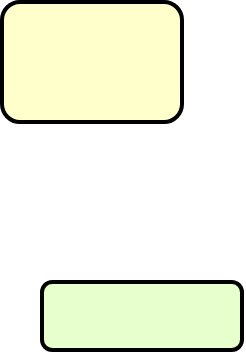
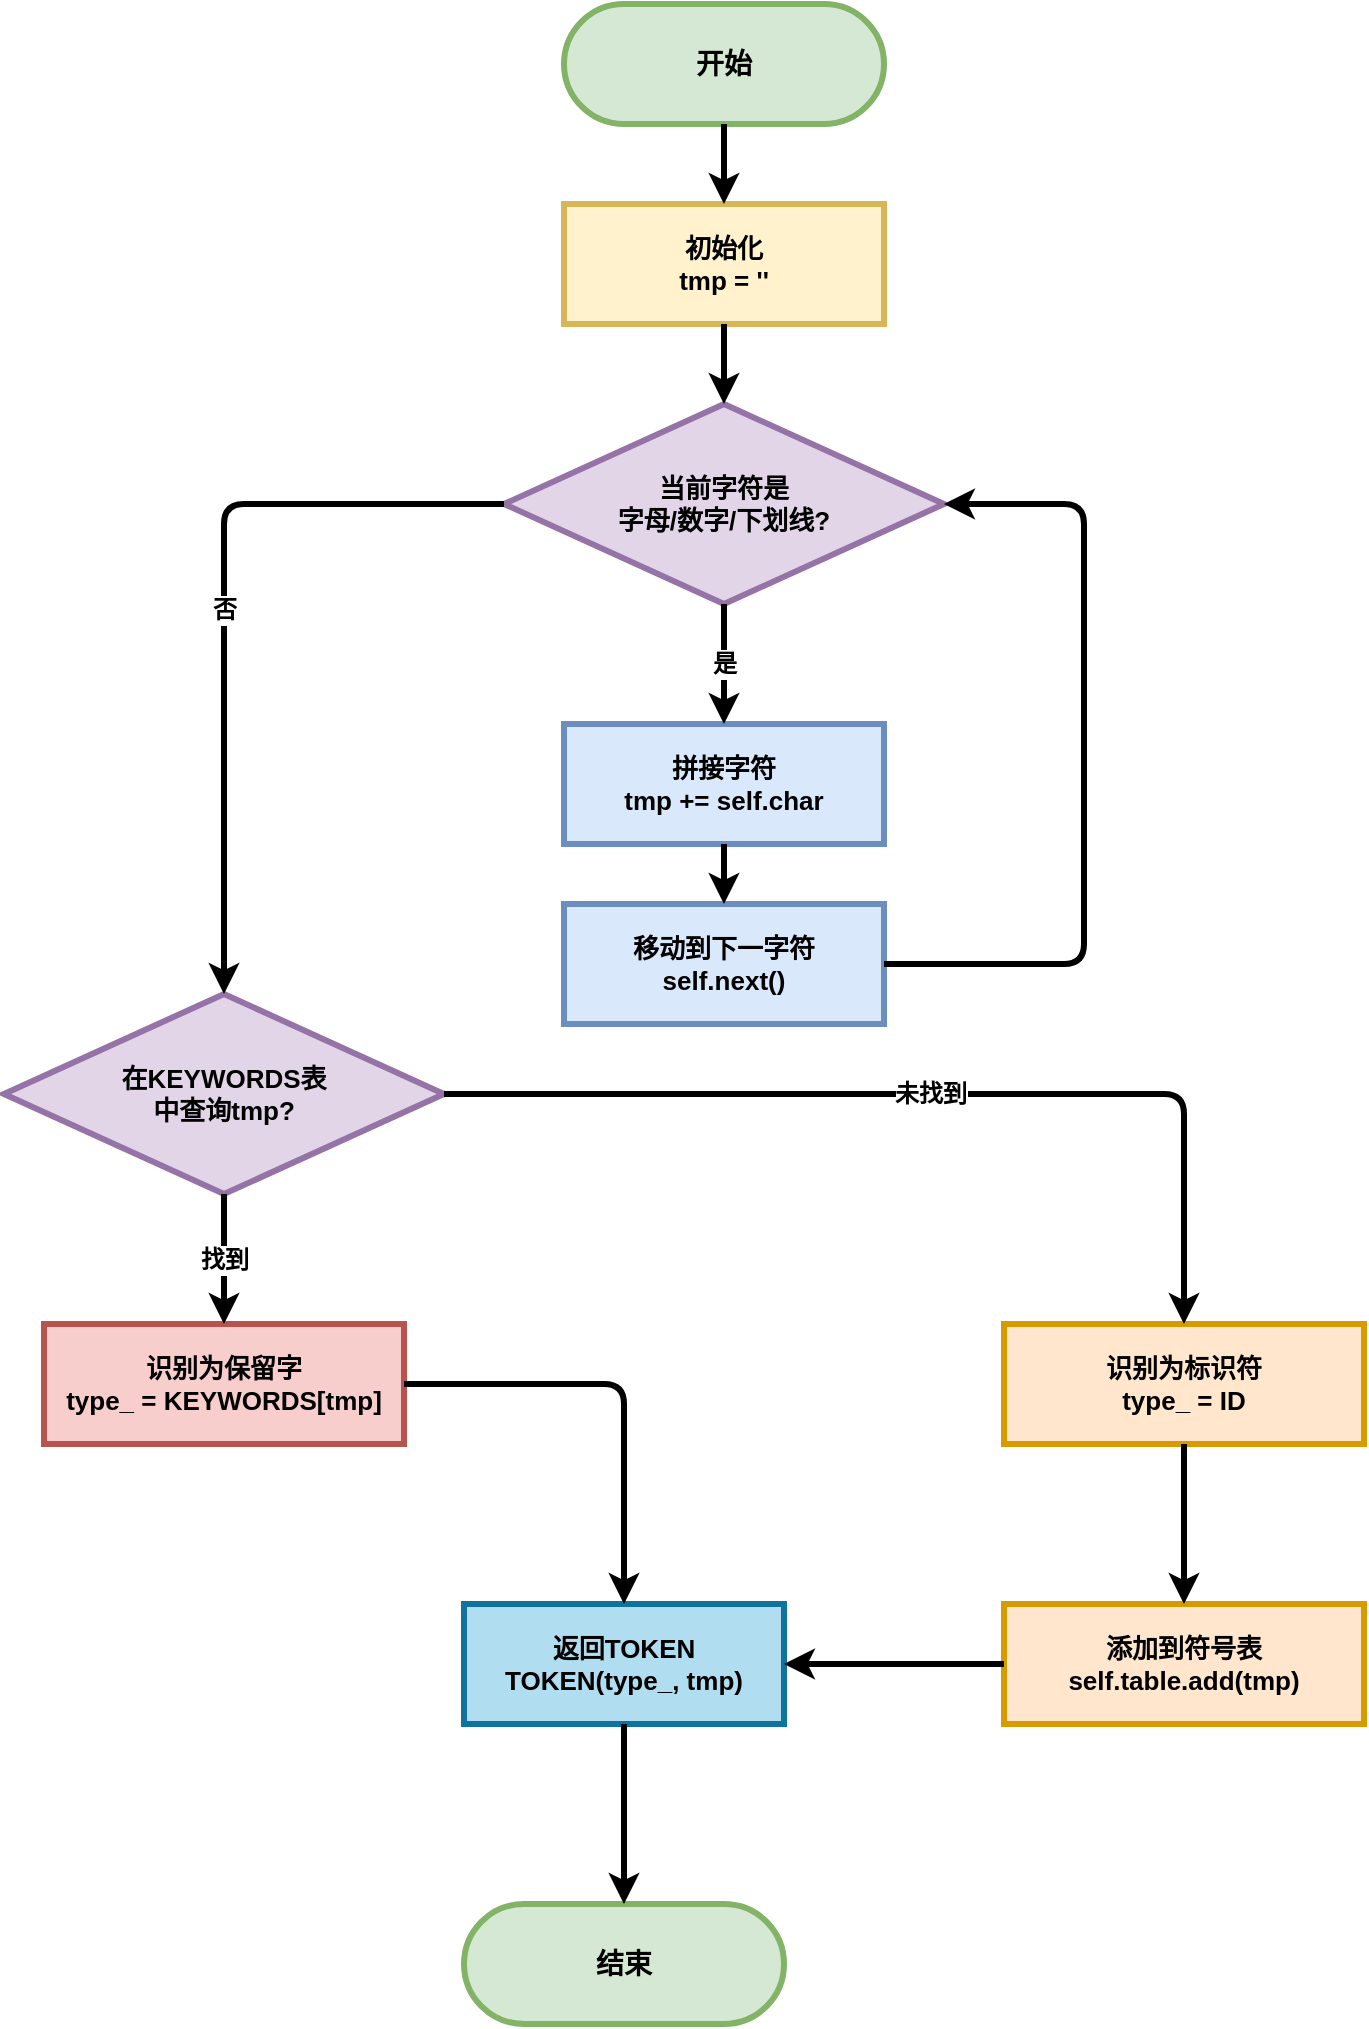
<mxfile host="app.diagrams.net" agent="Mozilla/5.0 (Macintosh; Intel Mac OS X 10_15_7) AppleWebKit/537.36 (KHTML, like Gecko) Chrome/140.0.0.0 Safari/537.36" version="28.2.5">
  <diagram name="Page-1" id="c7558073-3199-34d8-9f00-42111426c3f3">
-     <mxGraphModel dx="488" dy="278" grid="1" gridSize="10" guides="1" tooltips="1" connect="1" arrows="1" fold="1" page="1" pageScale="1" pageWidth="1169" pageHeight="1654" background="none" math="0" shadow="0">
+     <mxGraphModel dx="3253" dy="1853" grid="1" gridSize="10" guides="1" tooltips="1" connect="1" arrows="1" fold="1" page="1" pageScale="1" pageWidth="827" pageHeight="1169" math="0" shadow="0">
      <root>
        <mxCell id="0" />
        <mxCell id="1" parent="0" />
-         <mxCell id="4" value="" style="whiteSpace=wrap;align=center;verticalAlign=middle;fontStyle=1;strokeWidth=2;fillColor=#FFFFCC;rounded=1;" parent="1" vertex="1">
-           <mxGeometry x="430" y="70" width="90" height="60" as="geometry" />
+         <mxCell id="start" value="&lt;b&gt;开始&lt;/b&gt;" style="rounded=1;whiteSpace=wrap;html=1;fillColor=#d5e8d4;strokeColor=#82b366;strokeWidth=3;fontStyle=1;fontSize=14;arcSize=50;" parent="1" vertex="1">
+           <mxGeometry x="340" y="40" width="160" height="60" as="geometry" />
        </mxCell>
-         <mxCell id="6" value="&lt;p style=&quot;margin: 0px; margin-left: 8px;&quot;&gt;&lt;br&gt;&lt;/p&gt;" style="verticalAlign=middle;align=center;overflow=fill;fontSize=12;fontFamily=Helvetica;html=1;rounded=1;fontStyle=1;strokeWidth=2;fillColor=#E6FFCC;glass=0;" parent="1" vertex="1">
-           <mxGeometry x="450" y="210" width="100" height="34" as="geometry" />
+         <mxCell id="init" value="&lt;b&gt;初始化&lt;/b&gt;&lt;br&gt;tmp = &#39;&#39;" style="rounded=0;whiteSpace=wrap;html=1;fillColor=#fff2cc;strokeColor=#d6b656;strokeWidth=3;fontStyle=1;fontSize=13;" parent="1" vertex="1">
+           <mxGeometry x="340" y="140" width="160" height="60" as="geometry" />
+         </mxCell>
+         <mxCell id="check-char" value="&lt;b&gt;当前字符是&lt;br&gt;字母/数字/下划线?&lt;/b&gt;" style="rhombus;whiteSpace=wrap;html=1;fillColor=#e1d5e7;strokeColor=#9673a6;strokeWidth=3;fontStyle=1;fontSize=13;" parent="1" vertex="1">
+           <mxGeometry x="310" y="240" width="220" height="100" as="geometry" />
+         </mxCell>
+         <mxCell id="append" value="&lt;b&gt;拼接字符&lt;/b&gt;&lt;br&gt;tmp += self.char" style="rounded=0;whiteSpace=wrap;html=1;fillColor=#dae8fc;strokeColor=#6c8ebf;strokeWidth=3;fontStyle=1;fontSize=13;" parent="1" vertex="1">
+           <mxGeometry x="340" y="400" width="160" height="60" as="geometry" />
+         </mxCell>
+         <mxCell id="next" value="&lt;b&gt;移动到下一字符&lt;/b&gt;&lt;br&gt;self.next()" style="rounded=0;whiteSpace=wrap;html=1;fillColor=#dae8fc;strokeColor=#6c8ebf;strokeWidth=3;fontStyle=1;fontSize=13;" parent="1" vertex="1">
+           <mxGeometry x="340" y="490" width="160" height="60" as="geometry" />
+         </mxCell>
+         <mxCell id="query-keywords" value="&lt;b&gt;在KEYWORDS表&lt;br&gt;中查询tmp?&lt;/b&gt;" style="rhombus;whiteSpace=wrap;html=1;fillColor=#e1d5e7;strokeColor=#9673a6;strokeWidth=3;fontStyle=1;fontSize=13;" parent="1" vertex="1">
+           <mxGeometry x="60" y="535" width="220" height="100" as="geometry" />
+         </mxCell>
+         <mxCell id="keyword" value="&lt;b&gt;识别为保留字&lt;/b&gt;&lt;br&gt;type_ = KEYWORDS[tmp]" style="rounded=0;whiteSpace=wrap;html=1;fillColor=#f8cecc;strokeColor=#b85450;strokeWidth=3;fontStyle=1;fontSize=13;" parent="1" vertex="1">
+           <mxGeometry x="80" y="700" width="180" height="60" as="geometry" />
+         </mxCell>
+         <mxCell id="identifier" value="&lt;b&gt;识别为标识符&lt;/b&gt;&lt;br&gt;type_ = ID" style="rounded=0;whiteSpace=wrap;html=1;fillColor=#ffe6cc;strokeColor=#d79b00;strokeWidth=3;fontStyle=1;fontSize=13;" parent="1" vertex="1">
+           <mxGeometry x="560" y="700" width="180" height="60" as="geometry" />
+         </mxCell>
+         <mxCell id="add-symbol" value="&lt;b&gt;添加到符号表&lt;/b&gt;&lt;br&gt;self.table.add(tmp)" style="rounded=0;whiteSpace=wrap;html=1;fillColor=#ffe6cc;strokeColor=#d79b00;strokeWidth=3;fontStyle=1;fontSize=13;" parent="1" vertex="1">
+           <mxGeometry x="560" y="840" width="180" height="60" as="geometry" />
+         </mxCell>
+         <mxCell id="return" value="&lt;b&gt;返回TOKEN&lt;/b&gt;&lt;br&gt;TOKEN(type_, tmp)" style="rounded=0;whiteSpace=wrap;html=1;fillColor=#b1ddf0;strokeColor=#10739e;strokeWidth=3;fontStyle=1;fontSize=13;" parent="1" vertex="1">
+           <mxGeometry x="290" y="840" width="160" height="60" as="geometry" />
+         </mxCell>
+         <mxCell id="end" value="&lt;b&gt;结束&lt;/b&gt;" style="rounded=1;whiteSpace=wrap;html=1;fillColor=#d5e8d4;strokeColor=#82b366;strokeWidth=3;fontStyle=1;fontSize=14;arcSize=50;" parent="1" vertex="1">
+           <mxGeometry x="290" y="990" width="160" height="60" as="geometry" />
+         </mxCell>
+         <mxCell id="edge-start-init" value="" style="edgeStyle=orthogonalEdgeStyle;rounded=1;orthogonalLoop=1;jettySize=auto;html=1;strokeWidth=3;endArrow=classic;jumpStyle=arc;jumpSize=6;" parent="1" source="start" target="init" edge="1">
+           <mxGeometry relative="1" as="geometry" />
+         </mxCell>
+         <mxCell id="edge-init-check" value="" style="edgeStyle=orthogonalEdgeStyle;rounded=1;orthogonalLoop=1;jettySize=auto;html=1;strokeWidth=3;endArrow=classic;jumpStyle=arc;jumpSize=6;" parent="1" source="init" target="check-char" edge="1">
+           <mxGeometry relative="1" as="geometry" />
+         </mxCell>
+         <mxCell id="edge-check-append" value="&lt;b&gt;是&lt;/b&gt;" style="edgeStyle=orthogonalEdgeStyle;rounded=1;orthogonalLoop=1;jettySize=auto;html=1;strokeWidth=3;endArrow=classic;jumpStyle=arc;jumpSize=6;fontStyle=1;fontSize=12;" parent="1" source="check-char" target="append" edge="1">
+           <mxGeometry relative="1" as="geometry" />
+         </mxCell>
+         <mxCell id="edge-append-next" value="" style="edgeStyle=orthogonalEdgeStyle;rounded=1;orthogonalLoop=1;jettySize=auto;html=1;strokeWidth=3;endArrow=classic;jumpStyle=arc;jumpSize=6;" parent="1" source="append" target="next" edge="1">
+           <mxGeometry relative="1" as="geometry" />
+         </mxCell>
+         <mxCell id="edge-next-check" value="" style="edgeStyle=orthogonalEdgeStyle;rounded=1;orthogonalLoop=1;jettySize=auto;html=1;strokeWidth=3;endArrow=classic;jumpStyle=arc;jumpSize=6;" parent="1" source="next" target="check-char" edge="1">
+           <mxGeometry relative="1" as="geometry">
+             <Array as="points">
+               <mxPoint x="600" y="520" />
+               <mxPoint x="600" y="290" />
+             </Array>
+           </mxGeometry>
+         </mxCell>
+         <mxCell id="edge-check-query" value="&lt;b&gt;否&lt;/b&gt;" style="edgeStyle=orthogonalEdgeStyle;rounded=1;orthogonalLoop=1;jettySize=auto;html=1;strokeWidth=3;endArrow=classic;jumpStyle=arc;jumpSize=6;fontStyle=1;fontSize=12;" parent="1" source="check-char" target="query-keywords" edge="1">
+           <mxGeometry relative="1" as="geometry" />
+         </mxCell>
+         <mxCell id="edge-query-keyword" value="&lt;b&gt;找到&lt;/b&gt;" style="edgeStyle=orthogonalEdgeStyle;rounded=1;orthogonalLoop=1;jettySize=auto;html=1;strokeWidth=3;endArrow=classic;jumpStyle=arc;jumpSize=6;fontStyle=1;fontSize=12;" parent="1" source="query-keywords" target="keyword" edge="1">
+           <mxGeometry relative="1" as="geometry" />
+         </mxCell>
+         <mxCell id="edge-query-identifier" value="&lt;b&gt;未找到&lt;/b&gt;" style="edgeStyle=orthogonalEdgeStyle;rounded=1;orthogonalLoop=1;jettySize=auto;html=1;strokeWidth=3;endArrow=classic;jumpStyle=arc;jumpSize=6;fontStyle=1;fontSize=12;" parent="1" source="query-keywords" target="identifier" edge="1">
+           <mxGeometry relative="1" as="geometry" />
+         </mxCell>
+         <mxCell id="edge-identifier-add" value="" style="edgeStyle=orthogonalEdgeStyle;rounded=1;orthogonalLoop=1;jettySize=auto;html=1;strokeWidth=3;endArrow=classic;jumpStyle=arc;jumpSize=6;" parent="1" source="identifier" target="add-symbol" edge="1">
+           <mxGeometry relative="1" as="geometry" />
+         </mxCell>
+         <mxCell id="edge-keyword-return" value="" style="edgeStyle=orthogonalEdgeStyle;rounded=1;orthogonalLoop=1;jettySize=auto;html=1;strokeWidth=3;endArrow=classic;jumpStyle=arc;jumpSize=6;" parent="1" source="keyword" target="return" edge="1">
+           <mxGeometry relative="1" as="geometry" />
+         </mxCell>
+         <mxCell id="edge-add-return" value="" style="edgeStyle=orthogonalEdgeStyle;rounded=1;orthogonalLoop=1;jettySize=auto;html=1;strokeWidth=3;endArrow=classic;jumpStyle=arc;jumpSize=6;" parent="1" source="add-symbol" target="return" edge="1">
+           <mxGeometry relative="1" as="geometry" />
+         </mxCell>
+         <mxCell id="edge-return-end" value="" style="edgeStyle=orthogonalEdgeStyle;rounded=1;orthogonalLoop=1;jettySize=auto;html=1;strokeWidth=3;endArrow=classic;jumpStyle=arc;jumpSize=6;" parent="1" source="return" target="end" edge="1">
+           <mxGeometry relative="1" as="geometry" />
        </mxCell>
      </root>
    </mxGraphModel>
  </diagram>
</mxfile>
